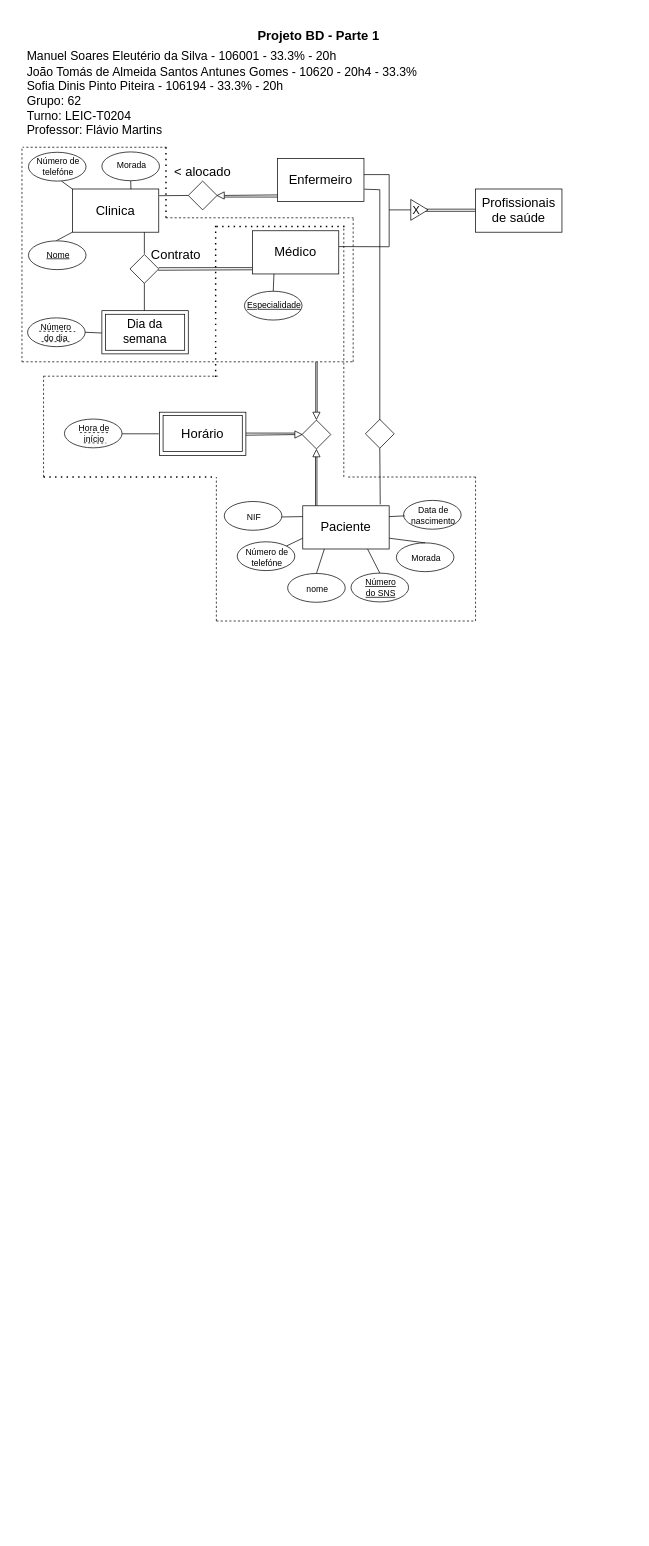
Above: Exercicio1.drawio in sofi004/DataBase-Project (draw.io), before the change. Source tidied: cells renumbered, new cells numbered last; positions are measured from the earlier drawing's top-left corner, leaving out a move shared by most shapes. Both pictures are drawn from the tidied source at 72%, with x=0, y=0 at pixel (12, 25).
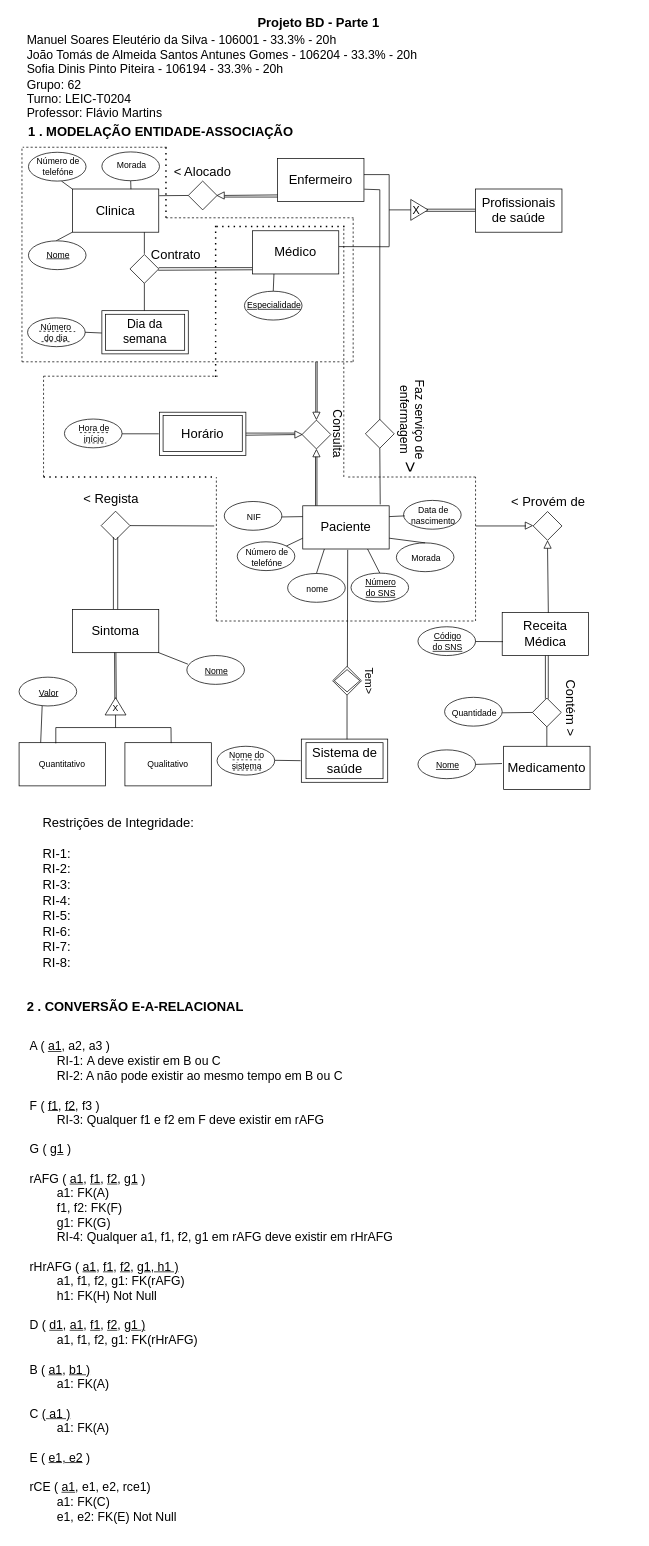
Above is the later version.

Diff of the diagram source:
```diff
@@
-    <mxCell id="24" value="&amp;lt; alocado" style="text;html=1;strokeColor=none;fillColor=none;align=center;verticalAlign=middle;whiteSpace=wrap;rounded=0;fontSize=18;" parent="1" vertex="1">
+    <mxCell id="24" value="&amp;lt; Alocado" style="text;html=1;strokeColor=none;fillColor=none;align=center;verticalAlign=middle;whiteSpace=wrap;rounded=0;fontSize=18;" parent="1" vertex="1">
       <mxGeometry x="219" y="188.5" width="90" height="30" as="geometry" />
     </mxCell>
@@
     <mxCell id="101" value="&lt;span style=&quot;&quot;&gt;&lt;b&gt;Projeto BD - Parte 1&lt;/b&gt;&lt;/span&gt;" style="text;html=1;strokeColor=none;fillColor=none;align=center;verticalAlign=middle;whiteSpace=wrap;rounded=0;fontSize=18;" parent="1" vertex="1">
-      <mxGeometry width="850" height="30" as="geometry" />
+      <mxGeometry y="-18" width="850" height="30" as="geometry" />
     </mxCell>
-    <mxCell id="102" value="Manuel Soares Eleutério da Silva - 106001 - 33.3% - 20h&lt;br&gt;João Tomás de Almeida Santos Antunes Gomes - 10620 - 20h4 - 33.3%&lt;br&gt;Sofia Dinis Pinto Piteira - 106194 - 33.3% - 20h&lt;br&gt;Grupo: 62&lt;br&gt;Turno: LEIC-T0204&lt;br&gt;Professor: Flávio Martins" style="text;html=1;strokeColor=none;fillColor=none;align=left;verticalAlign=middle;whiteSpace=wrap;rounded=0;fontSize=17;" parent="1" vertex="1">
-      <mxGeometry x="18" y="34.5" width="850" height="121" as="geometry" />
+    <mxCell id="102" value="Manuel Soares Eleutério da Silva - 106001 - 33.3% - 20h&lt;br&gt;João Tomás de Almeida Santos Antunes Gomes - 106204 - 33.3% - 20h&lt;br&gt;Sofia Dinis Pinto Piteira - 106194 - 33.3% - 20h&lt;br&gt;Grupo: 62&lt;br&gt;Turno: LEIC-T0204&lt;br&gt;Professor: Flávio Martins" style="text;html=1;strokeColor=none;fillColor=none;align=left;verticalAlign=middle;whiteSpace=wrap;rounded=0;fontSize=17;" parent="1" vertex="1">
+      <mxGeometry x="18" y="11.5" width="782" height="121" as="geometry" />
     </mxCell>
@@
+    <mxCell id="105" value="Consulta" style="text;html=1;strokeColor=none;fillColor=none;align=center;verticalAlign=middle;whiteSpace=wrap;rounded=0;fontSize=17;rotation=90;" parent="1" vertex="1">
+      <mxGeometry x="420" y="552" width="60" height="30" as="geometry" />
+    </mxCell>
+    <mxCell id="106" value="Faz serviço de&lt;br&gt;enfermagem" style="text;html=1;strokeColor=none;fillColor=none;align=center;verticalAlign=middle;whiteSpace=wrap;rounded=0;fontSize=17;rotation=90;" parent="1" vertex="1">
+      <mxGeometry x="487.5" y="532" width="134" height="30" as="geometry" />
+    </mxCell>
+    <mxCell id="107" value="&lt;font style=&quot;font-size: 26px;&quot;&gt;&amp;gt;&lt;/font&gt;" style="text;html=1;strokeColor=none;fillColor=none;align=center;verticalAlign=middle;whiteSpace=wrap;rounded=0;fontSize=17;rotation=90;" parent="1" vertex="1">
+      <mxGeometry x="523.5" y="598" width="60" height="30" as="geometry" />
+    </mxCell>
+    <mxCell id="108" style="endArrow=none;html=1;fontSize=26;entryX=0.47;entryY=1.02;entryDx=0;entryDy=0;entryPerimeter=0;" parent="1" edge="1">
+      <mxGeometry relative="1" as="geometry">
+        <mxPoint x="465" y="891" as="sourcePoint" />
+        <mxPoint x="465.4" y="728.2" as="targetPoint" />
+      </mxGeometry>
+    </mxCell>
+    <mxCell id="109" style="rhombus;whiteSpace=wrap;html=1;fontSize=18;" parent="1" vertex="1">
+      <mxGeometry x="444.5" y="890" width="40" height="40" as="geometry" />
+    </mxCell>
+    <mxCell id="110" style="rhombus;whiteSpace=wrap;html=1;fontSize=18;" parent="1" vertex="1">
+      <mxGeometry x="446.8" y="894.5" width="35.5" height="31" as="geometry" />
+    </mxCell>
+    <mxCell id="111" value="&lt;font style=&quot;font-size: 15px;&quot;&gt;Tem&amp;gt;&lt;/font&gt;" style="text;html=1;strokeColor=none;fillColor=none;align=center;verticalAlign=middle;whiteSpace=wrap;rounded=0;fontSize=26;rotation=90;" parent="1" vertex="1">
+      <mxGeometry x="470" y="895.5" width="60" height="30" as="geometry" />
+    </mxCell>
+    <mxCell id="112" style="rounded=0;whiteSpace=wrap;html=1;fontSize=15;" parent="1" vertex="1">
+      <mxGeometry x="401" y="991" width="120" height="60" as="geometry" />
+    </mxCell>
+    <mxCell id="113" value="&lt;font style=&quot;font-size: 18px;&quot;&gt;Sistema de&lt;br&gt;saúde&lt;/font&gt;" style="rounded=0;whiteSpace=wrap;html=1;fontSize=15;" parent="1" vertex="1">
+      <mxGeometry x="407.5" y="996" width="107" height="50" as="geometry" />
+    </mxCell>
+    <mxCell id="114" style="endArrow=none;html=1;fontSize=18;entryX=0.5;entryY=1;entryDx=0;entryDy=0;exitX=0.529;exitY=0.005;exitDx=0;exitDy=0;exitPerimeter=0;" parent="1" edge="1" source="112" target="109">
+      <mxGeometry relative="1" as="geometry" />
+    </mxCell>
+    <mxCell id="115" style="ellipse;whiteSpace=wrap;html=1;fontSize=18;" parent="1" vertex="1">
+      <mxGeometry x="284" y="1001" width="80" height="40" as="geometry" />
+    </mxCell>
+    <mxCell id="116" style="endArrow=none;dashed=1;html=1;fontSize=18;" parent="1" edge="1">
+      <mxGeometry relative="1" as="geometry">
+        <mxPoint x="305.5" y="1019.8" as="sourcePoint" />
+        <mxPoint x="345.5" y="1019.8" as="targetPoint" />
+      </mxGeometry>
+    </mxCell>
+    <mxCell id="117" value="Nome do&lt;br&gt;sistema" style="text;html=1;strokeColor=none;fillColor=none;align=center;verticalAlign=middle;whiteSpace=wrap;rounded=0;fontSize=12;" parent="1" vertex="1">
+      <mxGeometry x="285.5" y="1011" width="78.5" height="19" as="geometry" />
+    </mxCell>
+    <mxCell id="118" style="endArrow=none;dashed=1;html=1;fontSize=18;" parent="1" edge="1">
+      <mxGeometry relative="1" as="geometry">
+        <mxPoint x="306" y="1034" as="sourcePoint" />
+        <mxPoint x="346.9" y="1034" as="targetPoint" />
+      </mxGeometry>
+    </mxCell>
+    <mxCell id="119" style="endArrow=none;html=1;fontSize=18;entryX=1;entryY=0.5;entryDx=0;entryDy=0;" parent="1" edge="1" target="117">
+      <mxGeometry relative="1" as="geometry">
+        <mxPoint x="400" y="1021" as="sourcePoint" />
+      </mxGeometry>
+    </mxCell>
+    <mxCell id="120" value="Restrições de Integridade:&lt;br&gt;&lt;br&gt;RI-1:&lt;br&gt;RI-2:&lt;br&gt;RI-3:&lt;br&gt;RI-4:&lt;br&gt;RI-5:&lt;br&gt;RI-6:&lt;br&gt;RI-7:&lt;br&gt;RI-8:" style="text;html=1;strokeColor=none;fillColor=none;align=left;verticalAlign=middle;whiteSpace=wrap;rounded=0;fontSize=18;" parent="1" vertex="1">
+      <mxGeometry x="40" y="1095" width="760" height="220" as="geometry" />
+    </mxCell>
+    <mxCell id="121" value="&lt;b&gt;1 . MODELAÇÃO ENTIDADE-ASSOCIAÇÃO&lt;/b&gt;" style="text;html=1;strokeColor=none;fillColor=none;align=left;verticalAlign=middle;whiteSpace=wrap;rounded=0;fontSize=18;" parent="1" vertex="1">
+      <mxGeometry x="20" y="132.5" width="780" height="30" as="geometry" />
+    </mxCell>
+    <mxCell id="122" value="&lt;b&gt;2 . CONVERSÃO E-A-RELACIONAL&lt;/b&gt;" style="text;html=1;strokeColor=none;fillColor=none;align=left;verticalAlign=middle;whiteSpace=wrap;rounded=0;fontSize=18;" parent="1" vertex="1">
+      <mxGeometry x="18" y="1348" width="780" height="30" as="geometry" />
+    </mxCell>
+    <mxCell id="123" style="rhombus;whiteSpace=wrap;html=1;fontSize=18;" parent="1" vertex="1">
+      <mxGeometry x="723" y="675" width="40" height="40" as="geometry" />
+    </mxCell>
+    <mxCell id="124" style="triangle;whiteSpace=wrap;html=1;fontSize=18;direction=east;fillColor=#FFFFFF;" parent="1" vertex="1">
+      <mxGeometry x="712" y="689.5" width="10" height="10" as="geometry" />
+    </mxCell>
+    <mxCell id="125" style="endArrow=none;html=1;fontSize=18;" parent="1" edge="1">
+      <mxGeometry relative="1" as="geometry">
+        <mxPoint x="643" y="695" as="sourcePoint" />
+        <mxPoint x="713" y="695" as="targetPoint" />
+      </mxGeometry>
+    </mxCell>
+    <mxCell id="126" value="&amp;lt; Provém de" style="text;html=1;strokeColor=none;fillColor=none;align=center;verticalAlign=middle;whiteSpace=wrap;rounded=0;fontSize=18;" parent="1" vertex="1">
+      <mxGeometry x="688" y="646.5" width="112" height="30" as="geometry" />
+    </mxCell>
+    <mxCell id="127" style="triangle;whiteSpace=wrap;html=1;fontSize=18;direction=north;fillColor=#FFFFFF;" parent="1" vertex="1">
+      <mxGeometry x="738" y="716" width="10" height="10" as="geometry" />
+    </mxCell>
+    <mxCell id="128" value="Receita&lt;br&gt;Médica" style="rounded=0;whiteSpace=wrap;html=1;fontSize=18;" parent="1" vertex="1">
+      <mxGeometry x="680" y="815" width="120" height="60" as="geometry" />
+    </mxCell>
+    <mxCell id="129" style="endArrow=none;html=1;fontSize=18;entryX=0.534;entryY=0.01;entryDx=0;entryDy=0;exitX=0;exitY=0.5;exitDx=0;exitDy=0;entryPerimeter=0;" parent="1" edge="1" source="127" target="128">
+      <mxGeometry relative="1" as="geometry" />
+    </mxCell>
+    <mxCell id="130" style="ellipse;whiteSpace=wrap;html=1;fontSize=18;" parent="1" vertex="1">
+      <mxGeometry x="563" y="835" width="80" height="40" as="geometry" />
+    </mxCell>
+    <mxCell id="131" value="&lt;u&gt;Código&lt;br&gt;do SNS&lt;/u&gt;" style="text;html=1;strokeColor=none;fillColor=none;align=center;verticalAlign=middle;whiteSpace=wrap;rounded=0;fontSize=12;" parent="1" vertex="1">
+      <mxGeometry x="564.5" y="846" width="78.5" height="19" as="geometry" />
+    </mxCell>
+    <mxCell id="132" style="endArrow=none;html=1;fontSize=18;entryX=1;entryY=0.5;entryDx=0;entryDy=0;exitX=0.009;exitY=0.678;exitDx=0;exitDy=0;exitPerimeter=0;" parent="1" edge="1" source="128" target="131">
+      <mxGeometry relative="1" as="geometry" />
+    </mxCell>
+    <mxCell id="133" style="endArrow=none;html=1;fontSize=18;entryX=0.5;entryY=1;entryDx=0;entryDy=0;" parent="1" edge="1" target="128">
+      <mxGeometry relative="1" as="geometry">
+        <mxPoint x="740" y="935" as="sourcePoint" />
+      </mxGeometry>
+    </mxCell>
+    <mxCell id="134" style="endArrow=none;html=1;fontSize=18;entryX=0.75;entryY=1;entryDx=0;entryDy=0;" parent="1" edge="1">
+      <mxGeometry relative="1" as="geometry">
+        <mxPoint x="744" y="935" as="sourcePoint" />
+        <mxPoint x="744" y="875" as="targetPoint" />
+      </mxGeometry>
+    </mxCell>
+    <mxCell id="135" style="rhombus;whiteSpace=wrap;html=1;fontSize=18;" parent="1" vertex="1">
+      <mxGeometry x="722" y="934" width="40" height="40" as="geometry" />
+    </mxCell>
+    <mxCell id="136" value="Medicamento" style="rounded=0;whiteSpace=wrap;html=1;fontSize=18;" parent="1" vertex="1">
+      <mxGeometry x="682" y="1001" width="120" height="60" as="geometry" />
+    </mxCell>
+    <mxCell id="137" style="endArrow=none;html=1;fontSize=18;entryX=0.5;entryY=1;entryDx=0;entryDy=0;exitX=0.5;exitY=0;exitDx=0;exitDy=0;" parent="1" edge="1" source="136" target="135">
+      <mxGeometry relative="1" as="geometry" />
+    </mxCell>
+    <mxCell id="138" value="Contém &amp;gt;" style="text;html=1;strokeColor=none;fillColor=none;align=center;verticalAlign=middle;whiteSpace=wrap;rounded=0;fontSize=18;rotation=90;" parent="1" vertex="1">
+      <mxGeometry x="719" y="933" width="112" height="30" as="geometry" />
+    </mxCell>
+    <mxCell id="139" style="ellipse;whiteSpace=wrap;html=1;fontSize=18;" parent="1" vertex="1">
+      <mxGeometry x="600" y="933" width="80" height="40" as="geometry" />
+    </mxCell>
+    <mxCell id="140" value="Quantidade" style="text;html=1;strokeColor=none;fillColor=none;align=center;verticalAlign=middle;whiteSpace=wrap;rounded=0;fontSize=12;" parent="1" vertex="1">
+      <mxGeometry x="601.5" y="945" width="78.5" height="19" as="geometry" />
+    </mxCell>
+    <mxCell id="141" style="ellipse;whiteSpace=wrap;html=1;fontSize=18;" parent="1" vertex="1">
+      <mxGeometry x="563" y="1006" width="80" height="40" as="geometry" />
+    </mxCell>
+    <mxCell id="142" value="&lt;u&gt;Nome&lt;/u&gt;" style="text;html=1;strokeColor=none;fillColor=none;align=center;verticalAlign=middle;whiteSpace=wrap;rounded=0;fontSize=12;" parent="1" vertex="1">
+      <mxGeometry x="564.5" y="1018" width="78.5" height="19" as="geometry" />
+    </mxCell>
+    <mxCell id="143" style="endArrow=none;html=1;fontSize=18;entryX=0;entryY=0.5;entryDx=0;entryDy=0;exitX=1;exitY=0.5;exitDx=0;exitDy=0;" parent="1" edge="1" source="140" target="135">
+      <mxGeometry relative="1" as="geometry" />
+    </mxCell>
+    <mxCell id="144" style="endArrow=none;html=1;fontSize=18;entryX=-0.019;entryY=0.399;entryDx=0;entryDy=0;entryPerimeter=0;" parent="1" edge="1" source="142" target="136">
+      <mxGeometry relative="1" as="geometry" />
+    </mxCell>
+    <mxCell id="145" style="rhombus;whiteSpace=wrap;html=1;fontSize=18;" parent="1" vertex="1">
+      <mxGeometry x="123" y="674.5" width="40" height="40" as="geometry" />
+    </mxCell>
+    <mxCell id="146" style="endArrow=none;html=1;fontSize=18;exitX=1;exitY=0.5;exitDx=0;exitDy=0;" parent="1" edge="1" source="145">
+      <mxGeometry relative="1" as="geometry">
+        <mxPoint x="280" y="695" as="targetPoint" />
+      </mxGeometry>
+    </mxCell>
+    <mxCell id="147" value="&amp;lt; Regista" style="text;html=1;strokeColor=none;fillColor=none;align=center;verticalAlign=middle;whiteSpace=wrap;rounded=0;fontSize=18;" parent="1" vertex="1">
+      <mxGeometry x="88" y="643" width="98" height="30" as="geometry" />
+    </mxCell>
+    <mxCell id="148" style="endArrow=none;html=1;fontSize=18;exitX=0.5;exitY=1;exitDx=0;exitDy=0;" parent="1" edge="1">
+      <mxGeometry relative="1" as="geometry">
+        <mxPoint x="140" y="710.5" as="sourcePoint" />
+        <mxPoint x="140" y="811" as="targetPoint" />
+      </mxGeometry>
+    </mxCell>
+    <mxCell id="149" style="endArrow=none;html=1;fontSize=18;exitX=0.5;exitY=1;exitDx=0;exitDy=0;" parent="1" edge="1">
+      <mxGeometry relative="1" as="geometry">
+        <mxPoint x="146" y="710.5" as="sourcePoint" />
+        <mxPoint x="146" y="811" as="targetPoint" />
+      </mxGeometry>
+    </mxCell>
+    <mxCell id="150" value="Sintoma" style="rounded=0;whiteSpace=wrap;html=1;fontSize=18;" parent="1" vertex="1">
+      <mxGeometry x="83" y="811" width="120" height="60" as="geometry" />
+    </mxCell>
+    <mxCell id="151" value="&lt;font style=&quot;font-size: 12px;&quot;&gt;&amp;nbsp;&lt;/font&gt;&lt;font size=&quot;1&quot; style=&quot;&quot;&gt; &lt;/font&gt;&lt;font style=&quot;font-size: 12px;&quot;&gt;X&amp;nbsp;&amp;nbsp;&lt;/font&gt;" style="triangle;whiteSpace=wrap;html=1;fontSize=18;direction=north;" parent="1" vertex="1">
+      <mxGeometry x="128.5" y="933.5" width="29" height="24" as="geometry" />
+    </mxCell>
+    <mxCell id="152" style="endArrow=none;html=1;fontSize=12;entryX=0.305;entryY=0.994;entryDx=0;entryDy=0;entryPerimeter=0;" parent="1" edge="1">
+      <mxGeometry relative="1" as="geometry">
+        <mxPoint x="142" y="935" as="sourcePoint" />
+        <mxPoint x="141.6" y="870.6" as="targetPoint" />
+      </mxGeometry>
+    </mxCell>
+    <mxCell id="153" style="endArrow=none;html=1;fontSize=12;entryX=0.305;entryY=0.994;entryDx=0;entryDy=0;entryPerimeter=0;" parent="1" edge="1">
+      <mxGeometry relative="1" as="geometry">
+        <mxPoint x="144" y="935" as="sourcePoint" />
+        <mxPoint x="143.5" y="871" as="targetPoint" />
+      </mxGeometry>
+    </mxCell>
+    <mxCell id="154" style="ellipse;whiteSpace=wrap;html=1;fontSize=18;" parent="1" vertex="1">
+      <mxGeometry x="242" y="875" width="80" height="40" as="geometry" />
+    </mxCell>
+    <mxCell id="155" value="&lt;u&gt;Nome&lt;/u&gt;" style="text;html=1;strokeColor=none;fillColor=none;align=center;verticalAlign=middle;whiteSpace=wrap;rounded=0;fontSize=12;" parent="1" vertex="1">
+      <mxGeometry x="243.5" y="887" width="78.5" height="19" as="geometry" />
+    </mxCell>
+    <mxCell id="156" style="endArrow=none;html=1;fontSize=12;entryX=0;entryY=0;entryDx=0;entryDy=0;exitX=1;exitY=1;exitDx=0;exitDy=0;" parent="1" edge="1" source="150" target="155">
+      <mxGeometry relative="1" as="geometry" />
+    </mxCell>
+    <mxCell id="157" value="Quantitativo" style="rounded=0;whiteSpace=wrap;html=1;fontSize=12;" parent="1" vertex="1">
+      <mxGeometry x="9" y="996" width="120" height="60" as="geometry" />
+    </mxCell>
+    <mxCell id="158" value="Qualitativo" style="rounded=0;whiteSpace=wrap;html=1;fontSize=12;" parent="1" vertex="1">
+      <mxGeometry x="156" y="996" width="120" height="60" as="geometry" />
+    </mxCell>
+    <mxCell id="159" style="endArrow=none;html=1;fontSize=12;" parent="1" edge="1">
+      <mxGeometry relative="1" as="geometry">
+        <mxPoint x="60" y="975" as="sourcePoint" />
+        <mxPoint x="220" y="975" as="targetPoint" />
+      </mxGeometry>
+    </mxCell>
+    <mxCell id="160" style="endArrow=none;html=1;fontSize=12;exitX=0.425;exitY=0.016;exitDx=0;exitDy=0;exitPerimeter=0;" parent="1" edge="1" source="157">
+      <mxGeometry relative="1" as="geometry">
+        <mxPoint x="60" y="975" as="targetPoint" />
+      </mxGeometry>
+    </mxCell>
+    <mxCell id="161" style="endArrow=none;html=1;fontSize=12;exitX=0.535;exitY=0.01;exitDx=0;exitDy=0;exitPerimeter=0;" parent="1" edge="1" source="158">
+      <mxGeometry relative="1" as="geometry">
+        <mxPoint x="220" y="975" as="targetPoint" />
+      </mxGeometry>
+    </mxCell>
+    <mxCell id="162" style="endArrow=none;html=1;fontSize=12;entryX=0;entryY=0.5;entryDx=0;entryDy=0;" parent="1" edge="1" target="151">
+      <mxGeometry relative="1" as="geometry">
+        <mxPoint x="143" y="975" as="sourcePoint" />
+      </mxGeometry>
+    </mxCell>
+    <mxCell id="163" style="ellipse;whiteSpace=wrap;html=1;fontSize=18;" parent="1" vertex="1">
+      <mxGeometry x="9" y="905" width="80" height="40" as="geometry" />
+    </mxCell>
+    <mxCell id="164" value="&lt;u&gt;Valor&lt;/u&gt;" style="text;html=1;strokeColor=none;fillColor=none;align=center;verticalAlign=middle;whiteSpace=wrap;rounded=0;fontSize=12;" parent="1" vertex="1">
+      <mxGeometry x="10.5" y="917" width="78.5" height="19" as="geometry" />
+    </mxCell>
+    <mxCell id="165" style="endArrow=none;html=1;fontSize=12;entryX=0.401;entryY=0.988;entryDx=0;entryDy=0;entryPerimeter=0;exitX=0.25;exitY=0;exitDx=0;exitDy=0;" parent="1" edge="1" source="157" target="163">
+      <mxGeometry relative="1" as="geometry" />
+    </mxCell>
+    <mxCell id="166" value="A ( &lt;u&gt;a1&lt;/u&gt;, a2, a3 )&lt;br&gt;&lt;span style=&quot;&quot;&gt;&#9;&lt;/span&gt;&lt;span style=&quot;&quot;&gt;&#9;&lt;/span&gt;&lt;span style=&quot;white-space: pre;&quot;&gt;&#9;&lt;/span&gt;RI-1:&amp;nbsp;A deve existir em B ou C&lt;br&gt;&lt;span style=&quot;&quot;&gt;&#9;&lt;/span&gt;&lt;span style=&quot;&quot;&gt;&#9;&lt;/span&gt;&lt;span style=&quot;white-space: pre;&quot;&gt;&#9;&lt;/span&gt;RI-2: A não pode existir ao mesmo tempo em B ou C&lt;br&gt;&lt;br&gt;F ( &lt;u&gt;f1&lt;/u&gt;, &lt;u&gt;f2&lt;/u&gt;, f3 )&lt;br&gt;&lt;span style=&quot;&quot;&gt;&#9;&lt;/span&gt;&lt;span style=&quot;&quot;&gt;&#9;&lt;/span&gt;&lt;span style=&quot;white-space: pre;&quot;&gt;&#9;&lt;/span&gt;RI-3:&amp;nbsp;Qualquer f1 e f2 em F deve existir em rAFG&lt;br&gt;&lt;br&gt;G ( &lt;u&gt;g1&lt;/u&gt; )&lt;br&gt;&lt;br&gt;rAFG ( &lt;u&gt;a1&lt;/u&gt;, &lt;u&gt;f1&lt;/u&gt;, &lt;u&gt;f2&lt;/u&gt;, &lt;u&gt;g1&lt;/u&gt; )&lt;br&gt;&lt;span style=&quot;&quot;&gt;&#9;&lt;/span&gt;&lt;span style=&quot;white-space: pre;&quot;&gt;&#9;&lt;/span&gt;a1: FK(A)&lt;br&gt;&lt;span style=&quot;white-space: pre;&quot;&gt;&#9;&lt;/span&gt;f1, f2: FK(F)&lt;br&gt;&lt;span style=&quot;white-space: pre;&quot;&gt;&#9;&lt;/span&gt;g1: FK(G)&lt;br&gt;&amp;nbsp;&lt;span style=&quot;&quot;&gt;&#9;&lt;span style=&quot;white-space: pre;&quot;&gt;&#9;&lt;/span&gt;&lt;/span&gt;RI-4: Qualquer a1, f1, f2, g1 em rAFG deve existir em rHrAFG&lt;br&gt;&lt;br&gt;rHrAFG (&amp;nbsp;&lt;u&gt;a1&lt;/u&gt;,&amp;nbsp;&lt;u&gt;f1&lt;/u&gt;,&amp;nbsp;&lt;u&gt;f2&lt;/u&gt;,&amp;nbsp;&lt;u&gt;g1, h1 )&lt;br&gt;&lt;/u&gt;&lt;span style=&quot;&quot;&gt;&#9;&lt;/span&gt;&lt;span style=&quot;white-space: pre;&quot;&gt;&#9;&lt;/span&gt;a1, f1, f2, g1: FK(rAFG)&lt;br&gt;&lt;span style=&quot;&quot;&gt;&#9;&lt;/span&gt;&lt;span style=&quot;white-space: pre;&quot;&gt;&#9;&lt;/span&gt;h1: FK(H) Not Null&lt;br&gt;&lt;br&gt;D ( &lt;u&gt;d1&lt;/u&gt;,&amp;nbsp;&lt;u&gt;a1&lt;/u&gt;,&amp;nbsp;&lt;u&gt;f1&lt;/u&gt;,&amp;nbsp;&lt;u&gt;f2&lt;/u&gt;,&amp;nbsp;&lt;u&gt;g1 )&lt;br&gt;&lt;/u&gt;&lt;span style=&quot;&quot;&gt;&#9;&lt;/span&gt;&lt;span style=&quot;&quot;&gt;&#9;&lt;/span&gt;&lt;span style=&quot;white-space: pre;&quot;&gt;&#9;&lt;/span&gt;a1, f1, f2, g1: FK(rHrAFG)&lt;br&gt;&lt;br&gt;B (&amp;nbsp;&lt;u&gt;a1&lt;/u&gt;,&amp;nbsp;&lt;u&gt;b1 )&lt;/u&gt;&lt;br&gt;&lt;span style=&quot;text-decoration-line: underline;&quot;&gt;&#9;&lt;/span&gt;&lt;span style=&quot;text-decoration-line: underline;&quot;&gt;&#9;&lt;/span&gt;&lt;span style=&quot;white-space: pre;&quot;&gt;&#9;&lt;/span&gt;a1: FK(A)&lt;br&gt;&lt;br&gt;C &lt;u&gt;(&amp;nbsp;&lt;/u&gt;&lt;u&gt;a1 )&lt;br&gt;&lt;/u&gt;&lt;span style=&quot;white-space: pre;&quot;&gt;&#9;&lt;/span&gt;a1: FK(A)&lt;br&gt;&lt;br&gt;E ( &lt;u&gt;e1, e2&lt;/u&gt; )&lt;br&gt;&lt;br&gt;rCE ( &lt;u&gt;a1&lt;/u&gt;, e1, e2, rce1)&lt;br&gt;&lt;span style=&quot;white-space: pre;&quot;&gt;&#9;&lt;/span&gt;a1: FK(C)&lt;br&gt;&lt;span style=&quot;white-space: pre;&quot;&gt;&#9;&lt;/span&gt;e1, e2: FK(E) Not Null" style="text;html=1;strokeColor=none;fillColor=none;align=left;verticalAlign=middle;whiteSpace=wrap;rounded=0;fontSize=17;" parent="1" vertex="1">
+      <mxGeometry x="22" y="1395" width="782" height="700" as="geometry" />
+    </mxCell>
```
